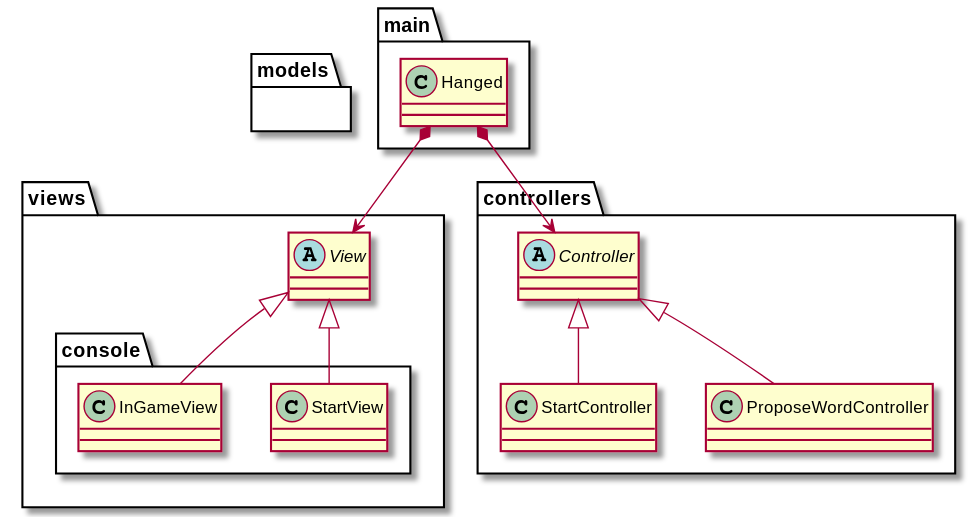
VladCode97/Hanged-Master keeps this PlantUML diagram as requirements/images/MVC.svg. Above is the earlier version. Source of this version:
```plantuml
@startuml
package "main" {
class Hanged
}

package "views"{
abstract class View
    package "console" {
        class StartView
        class InGameView
    }
}

package "controllers"{
abstract class Controller
class StartController
class ProposeWordController
}


package "models" {

}
Hanged *--> View
Hanged *--> Controller
View <|-- StartView
View <|-- InGameView

Controller <|-- StartController
Controller <|-- ProposeWordController


@enduml
```
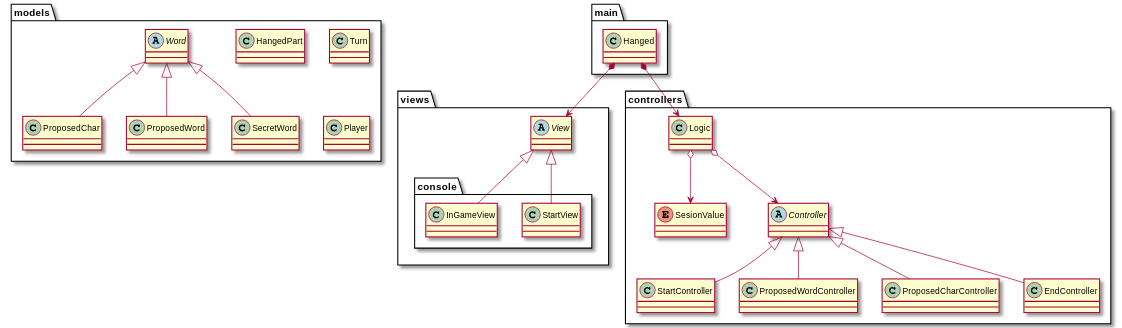
Above is the later version.

Diff of the diagram source:
```diff
@@ -12,22 +12,43 @@
 }
 
 package "controllers"{
+class Logic
+enum SesionValue
 abstract class Controller
 class StartController
-class ProposeWordController
+class ProposedWordController
+class ProposedCharController
+class EndController
+
+
 }
 
 
 package "models" {
-
+abstract class Word
+class ProposedChar
+class ProposedWord
+class SecretWord
+class HangedPart
+class Turn
+class Player
 }
 Hanged *--> View
-Hanged *--> Controller
+Hanged *--> Logic
+Logic o--> Controller
 View <|-- StartView
 View <|-- InGameView
 
 Controller <|-- StartController
-Controller <|-- ProposeWordController
+Controller <|-- ProposedWordController
+Controller <|-- ProposedCharController
+Controller <|-- EndController
+
+Logic o--> SesionValue
+Word <|-- ProposedChar
+Word <|-- ProposedWord
+Word <|-- SecretWord
+
 
 
 @enduml
```
